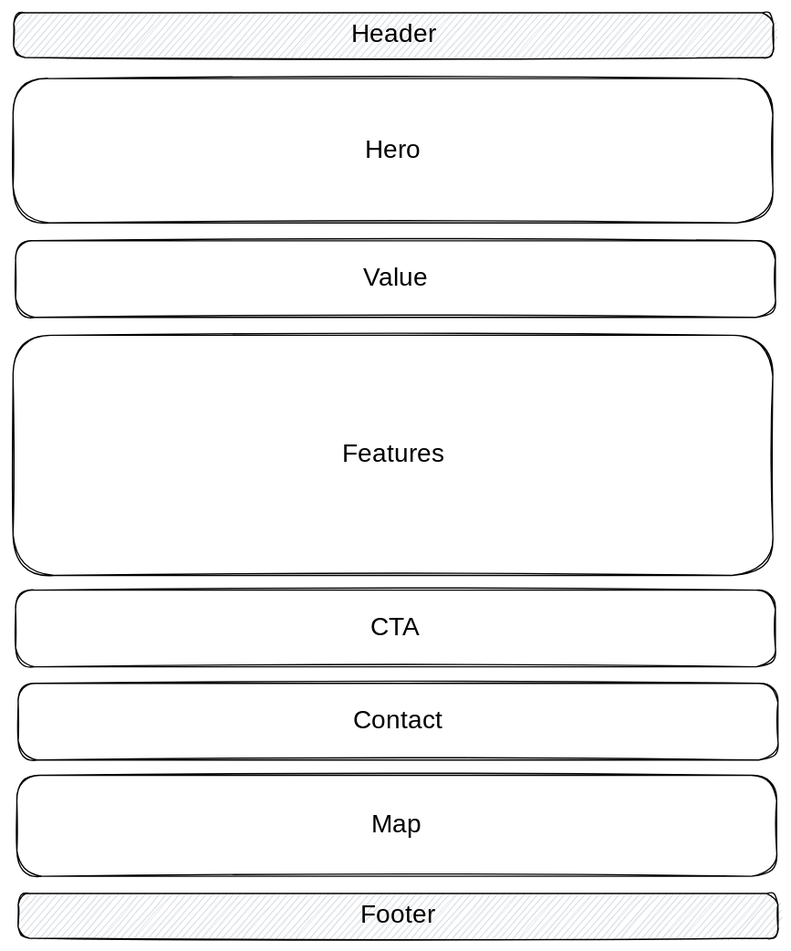
Above: .gitbook/assets/file.excalidraw (1).svg in webpyco/www-webpy-co (Excalidraw), before the change. Source tidied: one line per element, renumbered; positions are measured from the earlier drawing's top-left corner, leaving out a move shared by most shapes. Source of this version:
```json
{"id": 0, "type": "rectangle", "strokeColor": "#000000", "backgroundColor": "#ced4da", "fillStyle": "hachure", "strokeWidth": 1, "roughness": 1, "round": true, "x": 0, "y": 0, "width": 595, "height": 35}
{"id": 1, "type": "text", "text": "Header", "strokeColor": "#000000", "strokeWidth": 1, "roughness": 1, "fontSize": 20, "fontFamily": 1, "textAlign": "center", "verticalAlign": "middle", "inside": 0, "x": 265, "y": 5, "width": 66, "height": 25}
{"id": 2, "type": "rectangle", "strokeColor": "#000000", "strokeWidth": 1, "roughness": 1, "round": true, "x": 0, "y": 52, "width": 595, "height": 113}
{"id": 3, "type": "text", "text": "Hero", "strokeColor": "#000000", "strokeWidth": 1, "roughness": 1, "fontSize": 20, "fontFamily": 1, "textAlign": "center", "verticalAlign": "middle", "inside": 2, "x": 277, "y": 96, "width": 42, "height": 25}
{"id": 4, "type": "rectangle", "strokeColor": "#000000", "strokeWidth": 1, "roughness": 1, "round": true, "x": 2, "y": 178, "width": 595, "height": 60}
{"id": 5, "type": "text", "text": "Value", "strokeColor": "#000000", "strokeWidth": 1, "roughness": 1, "fontSize": 20, "fontFamily": 1, "textAlign": "center", "verticalAlign": "middle", "inside": 4, "x": 274, "y": 196, "width": 51, "height": 25}
{"id": 6, "type": "rectangle", "strokeColor": "#000000", "strokeWidth": 1, "roughness": 1, "round": true, "x": 0, "y": 252, "width": 595, "height": 188}
{"id": 7, "type": "text", "text": "Features", "strokeColor": "#000000", "strokeWidth": 1, "roughness": 1, "fontSize": 20, "fontFamily": 1, "textAlign": "center", "verticalAlign": "middle", "inside": 6, "x": 253, "y": 334, "width": 89, "height": 25}
{"id": 8, "type": "rectangle", "strokeColor": "#000000", "strokeWidth": 1, "roughness": 1, "round": true, "x": 2, "y": 452, "width": 595, "height": 60}
{"id": 9, "type": "text", "text": "CTA", "strokeColor": "#000000", "strokeWidth": 1, "roughness": 1, "fontSize": 20, "fontFamily": 1, "textAlign": "center", "verticalAlign": "middle", "inside": 8, "x": 278, "y": 470, "width": 42, "height": 25}
{"id": 10, "type": "rectangle", "strokeColor": "#000000", "backgroundColor": "#ced4da", "fillStyle": "hachure", "strokeWidth": 1, "roughness": 1, "round": true, "x": 4, "y": 690, "width": 595, "height": 35}
{"id": 11, "type": "text", "text": "Footer", "strokeColor": "#000000", "strokeWidth": 1, "roughness": 1, "fontSize": 20, "fontFamily": 1, "textAlign": "center", "verticalAlign": "middle", "inside": 10, "x": 269, "y": 694, "width": 64, "height": 25}
{"id": 12, "type": "rectangle", "strokeColor": "#000000", "strokeWidth": 1, "roughness": 1, "round": true, "x": 4, "y": 525, "width": 595, "height": 60}
{"id": 13, "type": "text", "text": "Contact", "strokeColor": "#000000", "strokeWidth": 1, "roughness": 1, "fontSize": 20, "fontFamily": 1, "textAlign": "center", "verticalAlign": "middle", "inside": 12, "x": 262, "y": 542, "width": 79, "height": 25}
{"id": 14, "type": "rectangle", "strokeColor": "#000000", "strokeWidth": 1, "roughness": 1, "round": true, "x": 3, "y": 597, "width": 595, "height": 79}
{"id": 15, "type": "text", "text": "Map", "strokeColor": "#000000", "strokeWidth": 1, "roughness": 1, "fontSize": 20, "fontFamily": 1, "textAlign": "center", "verticalAlign": "middle", "inside": 14, "x": 281, "y": 624, "width": 39, "height": 25}
```
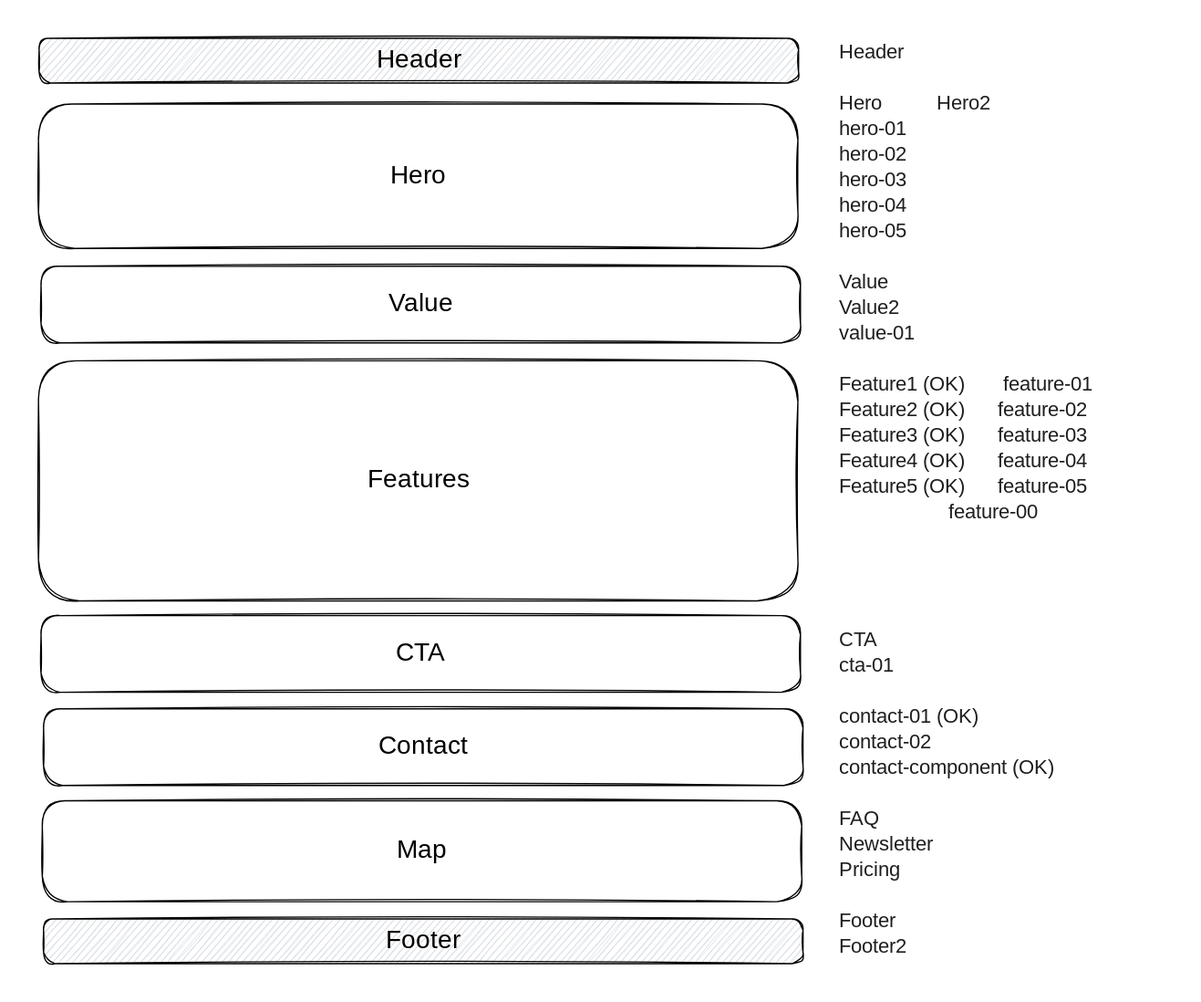
The same file after the commit.

Commit message:
GITBOOK-58: change request with no subject merged in GitBook

The edit, as a diff of the source:
```diff
@@ -14,3 +14,4 @@
 {"id": 13, "type": "text", "text": "Contact", "strokeColor": "#000000", "strokeWidth": 1, "roughness": 1, "fontSize": 20, "fontFamily": 1, "textAlign": "center", "verticalAlign": "middle", "inside": 12, "x": 262, "y": 542, "width": 79, "height": 25}
 {"id": 14, "type": "rectangle", "strokeColor": "#000000", "strokeWidth": 1, "roughness": 1, "round": true, "x": 3, "y": 597, "width": 595, "height": 79}
 {"id": 15, "type": "text", "text": "Map", "strokeColor": "#000000", "strokeWidth": 1, "roughness": 1, "fontSize": 20, "fontFamily": 1, "textAlign": "center", "verticalAlign": "middle", "inside": 14, "x": 281, "y": 624, "width": 39, "height": 25}
+{"id": 16, "type": "text", "text": "Header\n\nHero          Hero2\nhero-01\nhero-02\nhero-03\nhero-04\nhero-05\n\nValue\nValue2\nvalue-01\n\nFeature1 (OK)       feature-01\nFeature2 (OK)      feature-02\nFeature3 (OK)      feature-03\nFeature4 (OK)      feature-04\nFeature5 (OK)      feature-05\n                    feature-00\n\n\n\n\nCTA\ncta-01\n\ncontact-01 (OK)\ncontact-02\ncontact-component (OK)\n\nFAQ\nNewsletter\nPricing\n\nFooter\nFooter2", "strokeColor": "#1e1e1e", "strokeWidth": 2, "roughness": 1, "fontSize": 16, "fontFamily": 1, "x": 628, "y": 2, "width": 253, "height": 720}
```
